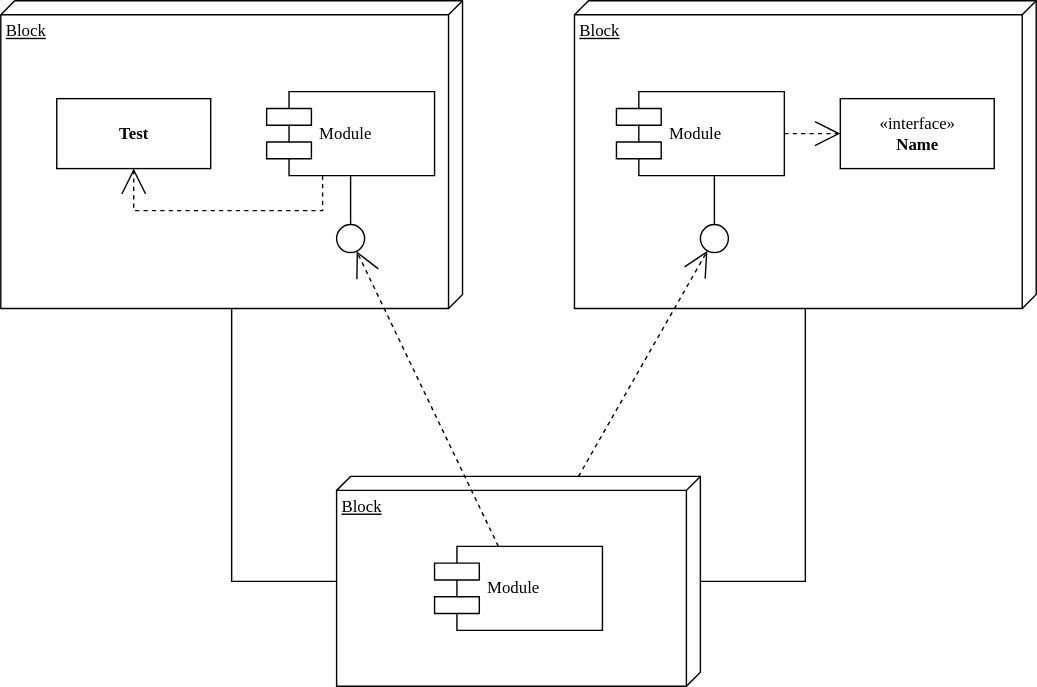
The draw.io diagram Diagram.drawio.svg in rjan90/Diagram, before a commit. Source tidied: cells renumbered, new cells last; positions are measured from the earlier drawing's top-left corner, leaving out a move shared by most shapes.
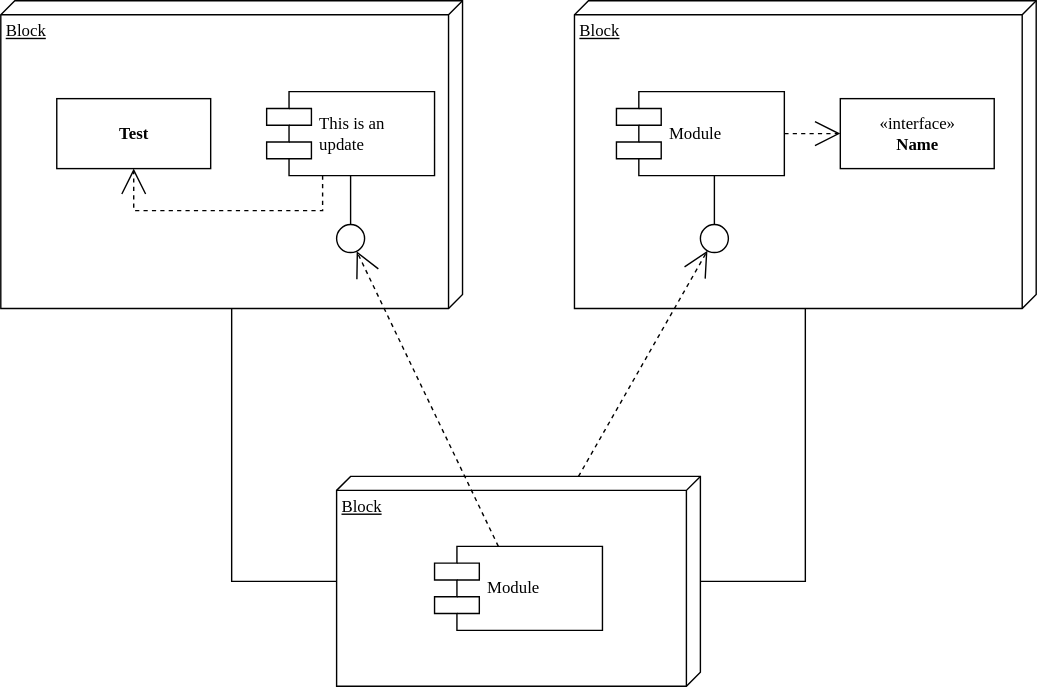
The same diagram one commit later.

Change to the diagram source:
```diff
@@ -14,7 +14,7 @@
     <mxCell id="5" value="&lt;b&gt;Test&lt;/b&gt;" style="html=1;rounded=0;shadow=0;comic=0;labelBackgroundColor=none;strokeWidth=1;fontFamily=Verdana;fontSize=12;align=center;" parent="1" vertex="1">
       <mxGeometry x="40" y="70" width="110" height="50" as="geometry" />
     </mxCell>
-    <mxCell id="6" value="Module" style="shape=component;align=left;spacingLeft=36;rounded=0;shadow=0;comic=0;labelBackgroundColor=none;strokeWidth=1;fontFamily=Verdana;fontSize=12;html=1;" parent="1" vertex="1">
+    <mxCell id="6" value="This is an&lt;br&gt;update" style="shape=component;align=left;spacingLeft=36;rounded=0;shadow=0;comic=0;labelBackgroundColor=none;strokeWidth=1;fontFamily=Verdana;fontSize=12;html=1;" parent="1" vertex="1">
       <mxGeometry x="190" y="65" width="120" height="60" as="geometry" />
     </mxCell>
     <mxCell id="7" style="ellipse;whiteSpace=wrap;html=1;rounded=0;shadow=0;comic=0;labelBackgroundColor=none;strokeWidth=1;fontFamily=Verdana;fontSize=12;align=center;" parent="1" vertex="1">
```
